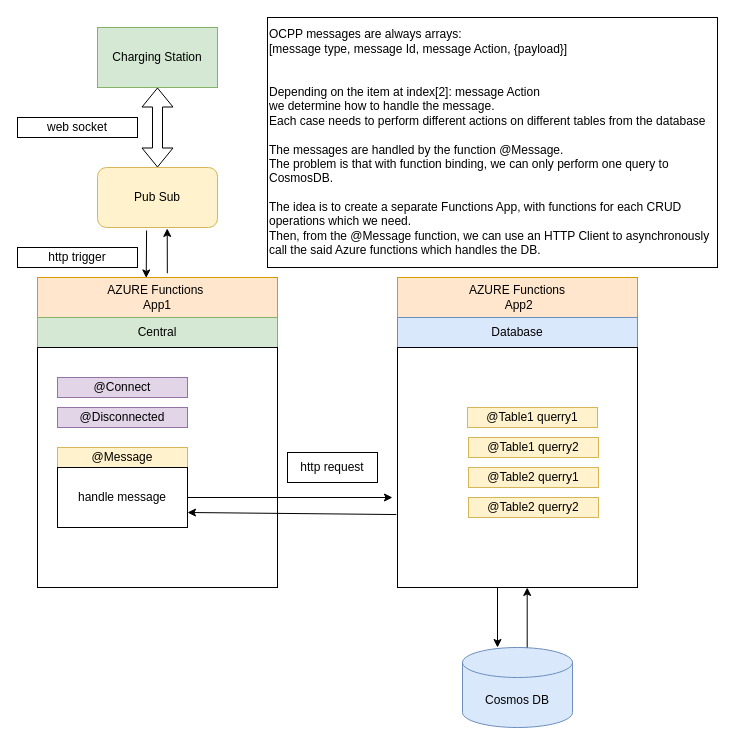
Earlier version of the draw.io diagram FunctionsDatabase.drawio (stefanszeke/diargrams_io). Source tidied: cells renumbered, new cells numbered last; positions are measured from the earlier drawing's top-left corner, leaving out a move shared by most shapes. Both pictures are drawn from the tidied source at 100%, with x=0, y=0 at pixel (17, 17).
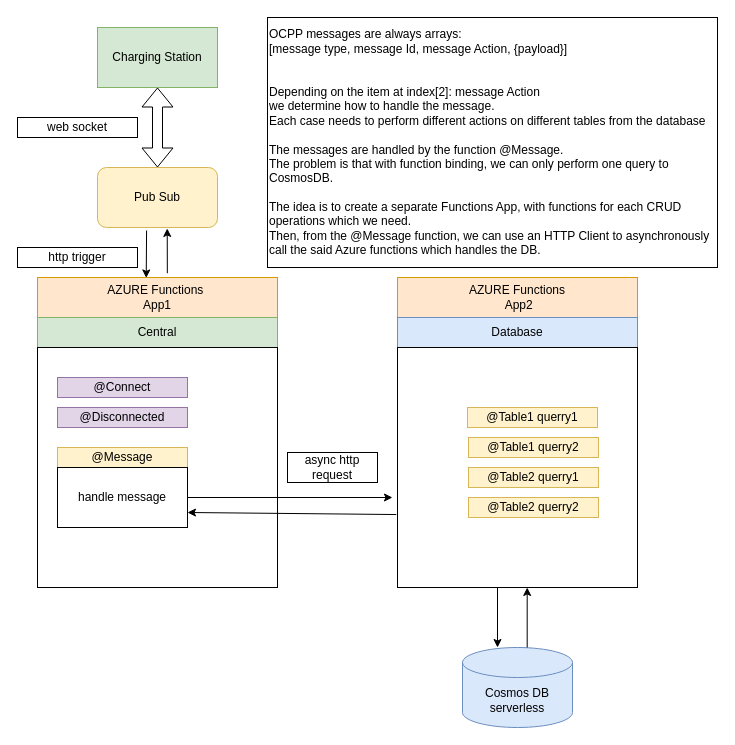
Above is the later version.

What changed in the source:
```diff
@@
-    <mxCell id="13" value="http request" style="rounded=0;whiteSpace=wrap;html=1;" parent="1" vertex="1">
+    <mxCell id="13" value="async http request" style="rounded=0;whiteSpace=wrap;html=1;" parent="1" vertex="1">
       <mxGeometry x="270" y="435" width="90" height="30" as="geometry" />
     </mxCell>
@@
-    <mxCell id="19" value="Cosmos DB" style="shape=cylinder3;whiteSpace=wrap;html=1;boundedLbl=1;backgroundOutline=1;size=15;fillColor=#dae8fc;strokeColor=#6c8ebf;" parent="1" vertex="1">
+    <mxCell id="19" value="&lt;div&gt;Cosmos DB&lt;/div&gt;&lt;div&gt;serverless&lt;br&gt;&lt;/div&gt;" style="shape=cylinder3;whiteSpace=wrap;html=1;boundedLbl=1;backgroundOutline=1;size=15;fillColor=#dae8fc;strokeColor=#6c8ebf;" parent="1" vertex="1">
       <mxGeometry x="445" y="630" width="110" height="80" as="geometry" />
     </mxCell>
```
